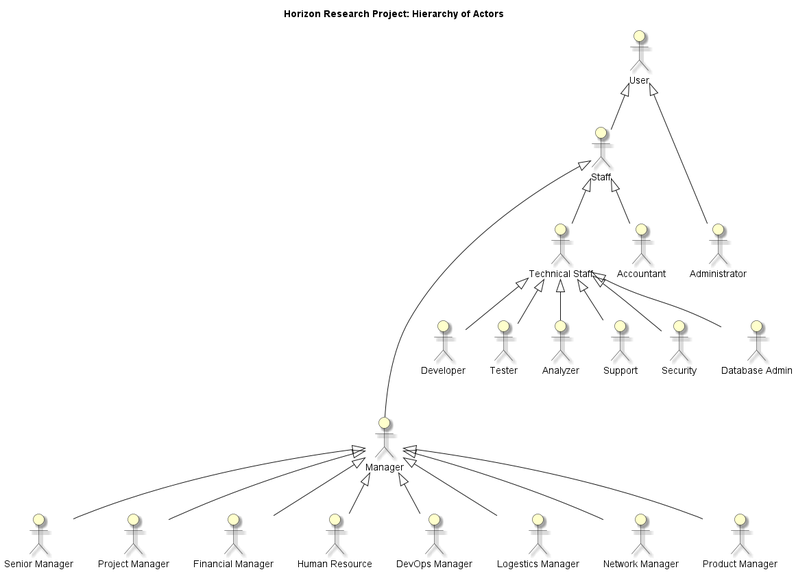
mahyaresteki/Horizon keeps this PlantUML diagram as HorizonModeling/HorizonUml/out/UseCase/Actor/ActorDiagram.png. Above is the earlier version.
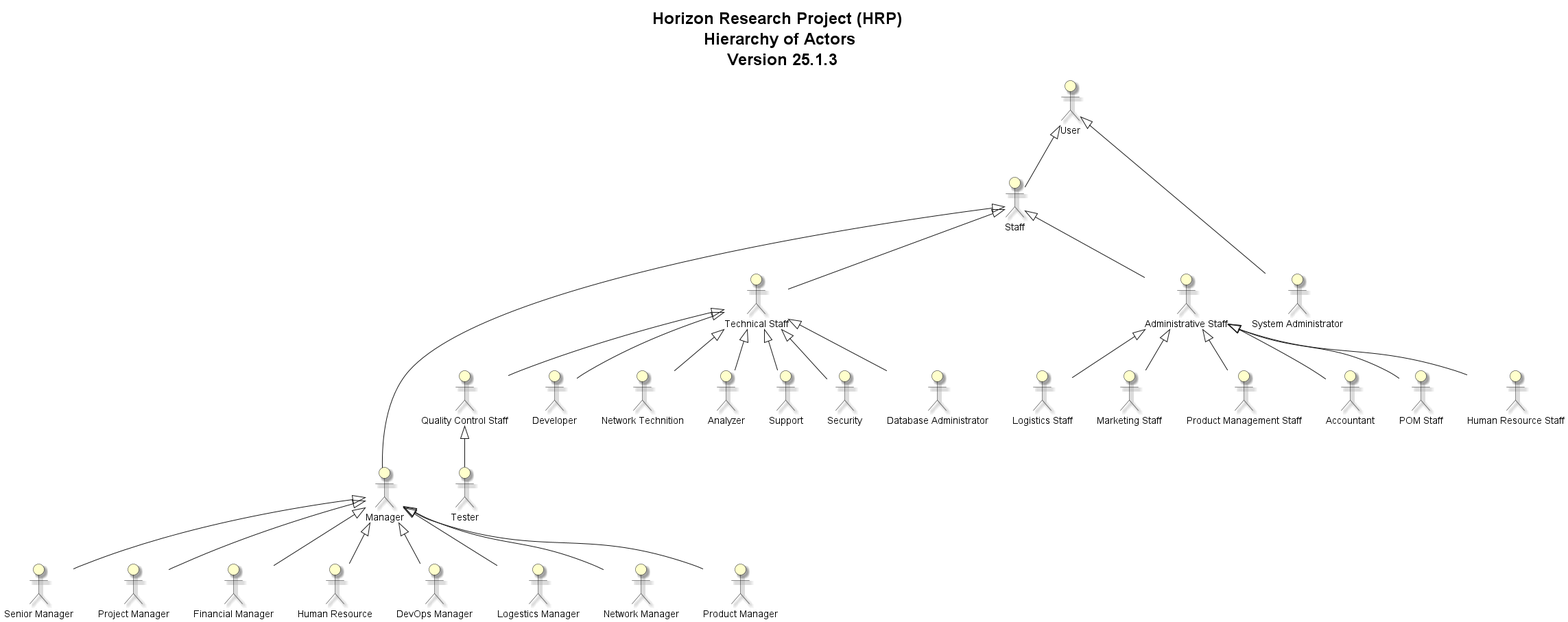
Above is the later version.

Change to the diagram source:
```diff
@@ -2,43 +2,61 @@
 
 skinparam actorBackgroundColor #Business
 skinparam Shadowing True
+skinparam TitleFontSize 24pt
 
-title Horizon Research Project: Hierarchy of Actors
+title Horizon Research Project (HRP) \n Hierarchy of Actors \n Version 25.1.3
 
 :User: as User
 :Staff: as Staff
 :Manager: as Manager
 :Technical Staff: as TechnicalStaff
+:Logistics Staff: as LogisticsStaff
+:Marketing Staff: as MarketingStaff
+:Product Management Staff: as ProductManagementStaff
+:Administrative Staff: as AdministrativeStaff
 :Manager: as Manager
 :Senior Manager: as SeniorManager
 :Project Manager: as PMO
 :Financial Manager: as Fmanager
-:Administrator: as Admin
+:System Administrator: as Admin
 :Human Resource: as HR
 :Accountant: as Accountant
+:POM Staff: as PMOStaff
+:Quality Control Staff: as QCStaff
+:Human Resource Staff: as HRStaff
 :DevOps Manager: as DevOpsManager
 :Developer: as Developer
 :Tester: as Tester
+:Network Technition: as NetworkStaff
 :Analyzer: as Analyzer
 :Logestics Manager: as LogesticsManager
 :Network Manager: as NetworkManager
 :Product Manager: as ProductManager
 :Support: as Support
 :Security: as Security
-:Database Admin: as DbAdmin
+:Database Administrator: as DbAdmin
 
 User <|--- Admin
 User <|-- Staff
 
 Staff <|-- TechnicalStaff
-Staff <|-- Accountant
+Staff <|-- AdministrativeStaff
 Staff <|---- Manager
 
+AdministrativeStaff <|-- Accountant
+AdministrativeStaff <|-- HRStaff
+AdministrativeStaff <|-- PMOStaff
+AdministrativeStaff <|-- LogisticsStaff
+AdministrativeStaff <|-- MarketingStaff
+AdministrativeStaff <|-- ProductManagementStaff
+
 TechnicalStaff <|-- Developer
-TechnicalStaff <|-- Tester
+TechnicalStaff <|-- QCStaff
+QCStaff <|-- Tester
 TechnicalStaff <|-- Analyzer
 TechnicalStaff <|-- Support
 TechnicalStaff <|-- Security
+TechnicalStaff <|-- NetworkStaff
 TechnicalStaff <|-- DbAdmin
 
 Manager <|-- SeniorManager
```
